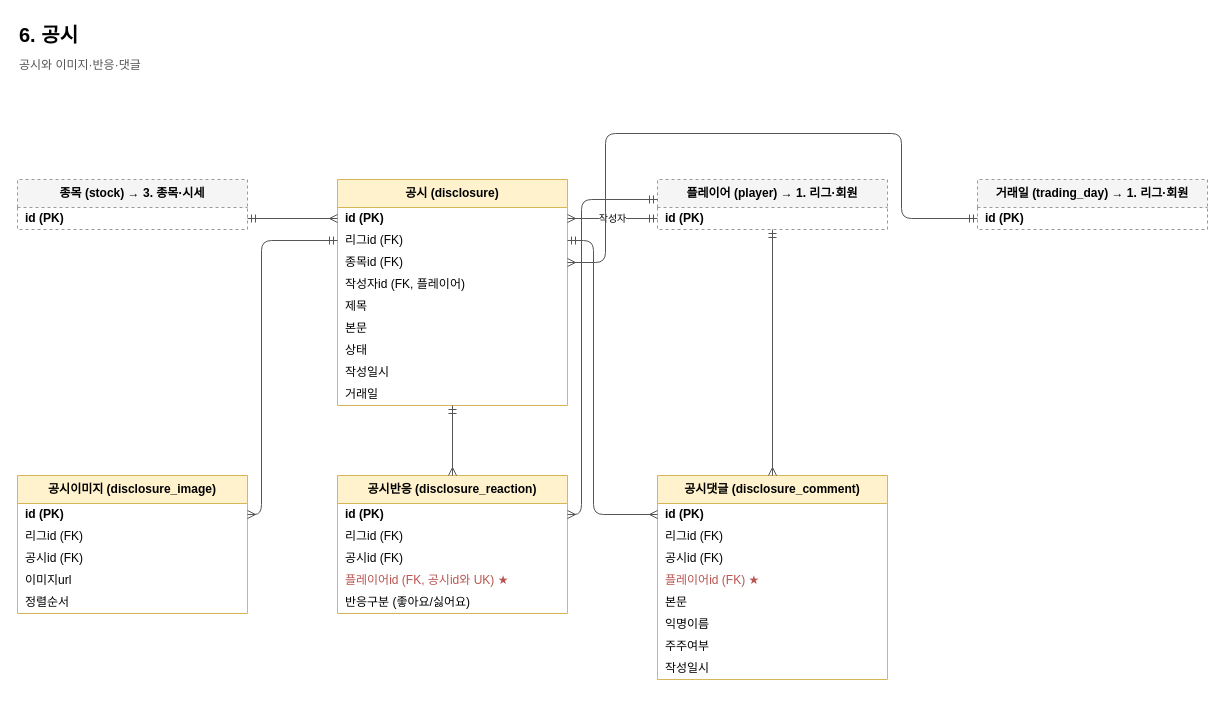
This is page "6. 공시" (7 of 9) of docs/erd/naspi.drawio from JECT-Study/naspi-5th-Server, a draw.io file, before an edit. Source tidied: cells renumbered, new cells numbered last; positions are measured from the earlier drawing's top-left corner, leaving out a move shared by most shapes. Both pictures are drawn from the tidied source at 100%, with x=0, y=0 at pixel (17, 17).
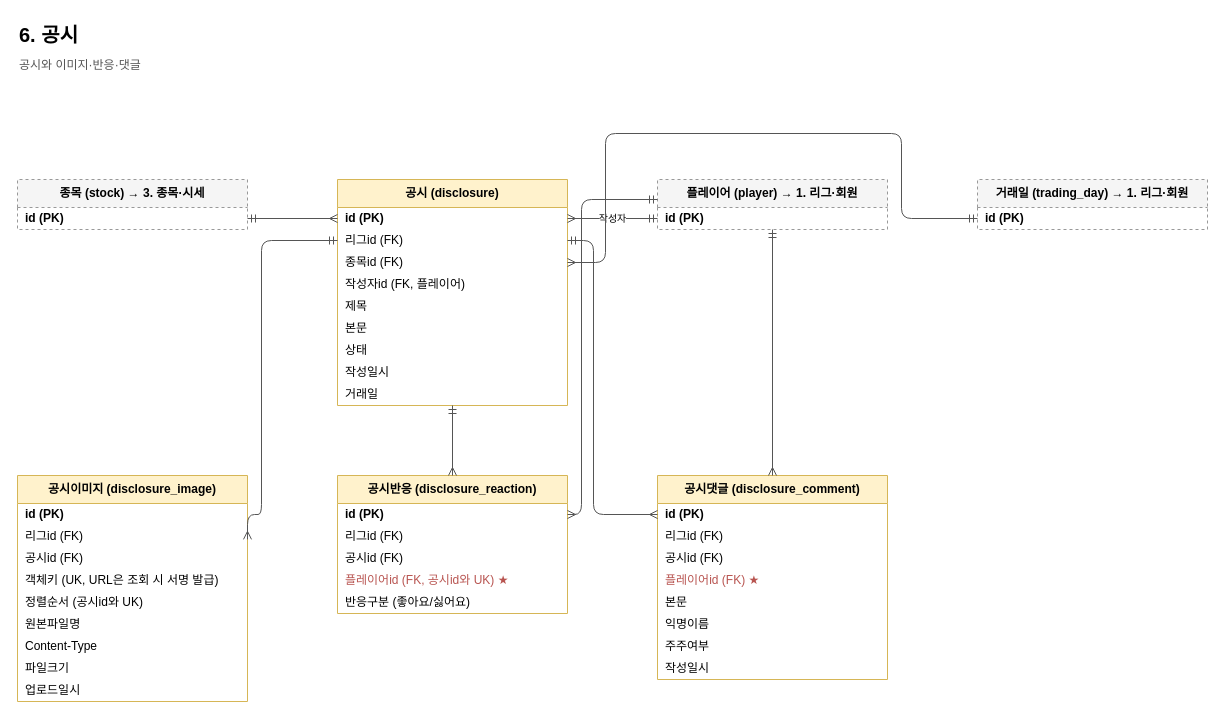
The same page after the edit.

Change to the diagram source:
```diff
@@
     <mxCell id="12" value="공시이미지 (disclosure_image)" style="swimlane;fontStyle=1;horizontal=1;startSize=28;html=1;whiteSpace=wrap;fillColor=#fff2cc;strokeColor=#d6b656;" parent="1" vertex="1">
-      <mxGeometry y="458" width="230" height="138" as="geometry" />
+      <mxGeometry y="458" width="230" height="226" as="geometry" />
     </mxCell>
@@
-    <mxCell id="16" value="이미지url" style="text;strokeColor=none;fillColor=none;align=left;verticalAlign=middle;spacingLeft=6;overflow=hidden;html=1;" parent="12" vertex="1">
+    <mxCell id="16" value="객체키 (UK, URL은 조회 시 서명 발급)" style="text;strokeColor=none;fillColor=none;align=left;verticalAlign=middle;spacingLeft=6;overflow=hidden;html=1;" parent="12" vertex="1">
       <mxGeometry y="94" width="230" height="22" as="geometry" />
     </mxCell>
-    <mxCell id="17" value="정렬순서" style="text;strokeColor=none;fillColor=none;align=left;verticalAlign=middle;spacingLeft=6;overflow=hidden;html=1;" parent="12" vertex="1">
+    <mxCell id="17" value="정렬순서 (공시id와 UK)" style="text;strokeColor=none;fillColor=none;align=left;verticalAlign=middle;spacingLeft=6;overflow=hidden;html=1;" parent="12" vertex="1">
       <mxGeometry y="116" width="230" height="22" as="geometry" />
     </mxCell>
+    <mxCell id="49" value="원본파일명" style="text;strokeColor=none;fillColor=none;align=left;verticalAlign=middle;spacingLeft=6;overflow=hidden;html=1;" parent="12" vertex="1">
+      <mxGeometry y="138" width="230" height="22" as="geometry" />
+    </mxCell>
+    <mxCell id="50" value="Content-Type" style="text;strokeColor=none;fillColor=none;align=left;verticalAlign=middle;spacingLeft=6;overflow=hidden;html=1;" parent="12" vertex="1">
+      <mxGeometry y="160" width="230" height="22" as="geometry" />
+    </mxCell>
+    <mxCell id="51" value="파일크기" style="text;strokeColor=none;fillColor=none;align=left;verticalAlign=middle;spacingLeft=6;overflow=hidden;html=1;" parent="12" vertex="1">
+      <mxGeometry y="182" width="230" height="22" as="geometry" />
+    </mxCell>
+    <mxCell id="52" value="업로드일시" style="text;strokeColor=none;fillColor=none;align=left;verticalAlign=middle;spacingLeft=6;overflow=hidden;html=1;" parent="12" vertex="1">
+      <mxGeometry y="204" width="230" height="22" as="geometry" />
+    </mxCell>
```
